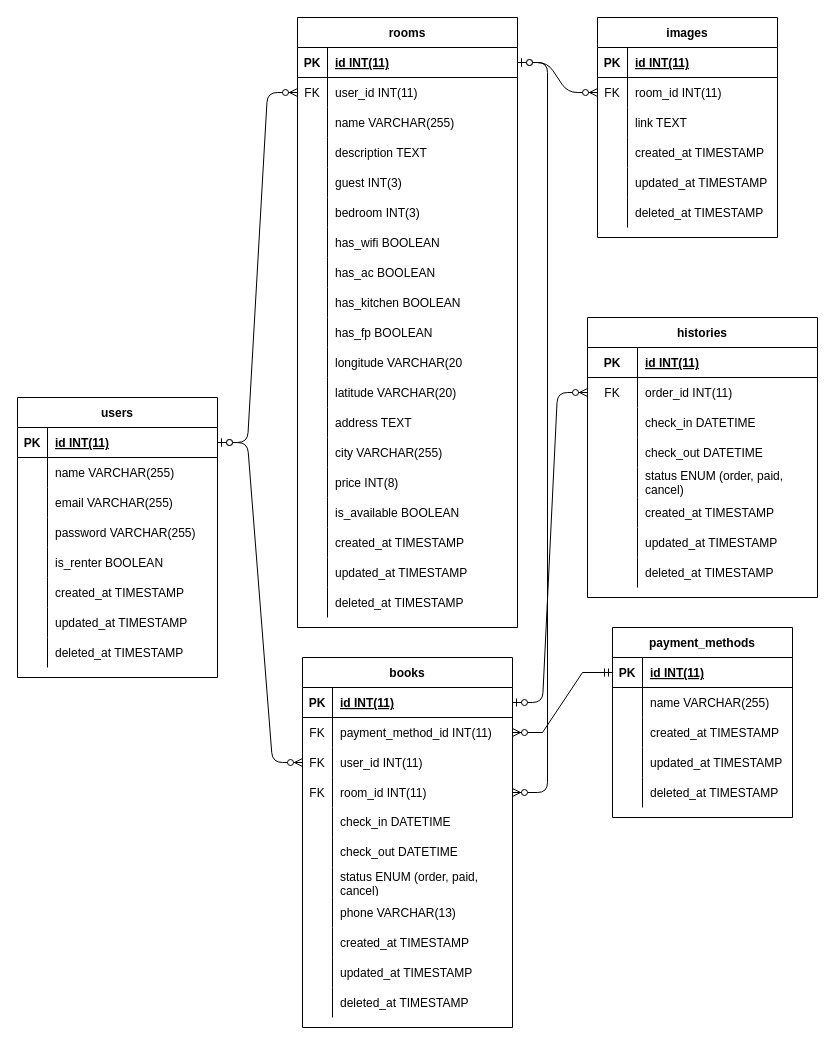
Before: ERD/erd.drawio in airbnb-group-2/BE, a draw.io diagram. Source tidied: cells renumbered, new cells numbered last; positions are measured from the earlier drawing's top-left corner, leaving out a move shared by most shapes. Both pictures are drawn from the tidied source at 100%, with x=0, y=0 at pixel (17, 17).
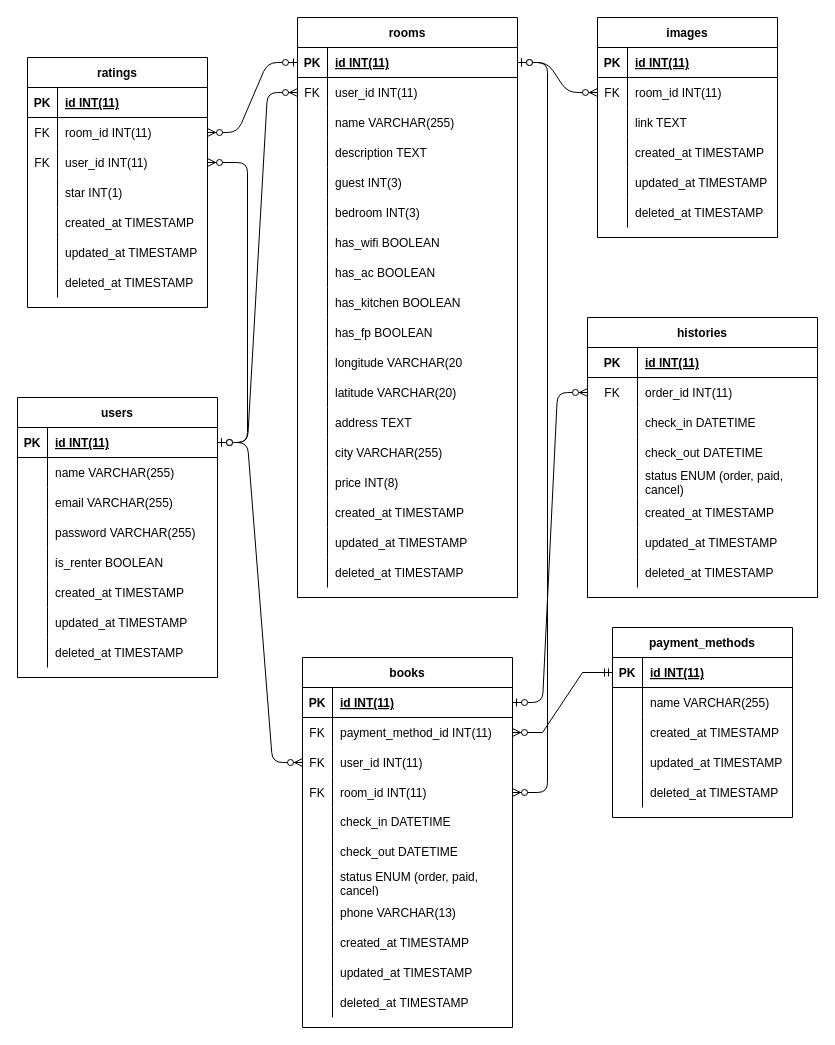
Above is the later version.

Commit message:
add rating table

The change refers to these unchanged cells:
```xml
<mxCell id="3" style="shape=tableRow;horizontal=0;startSize=0;swimlaneHead=0;swimlaneBody=0;fillColor=none;points=[[0,0.5],[1,0.5]];portConstraint=eastwest;top=0;left=0;right=0;bottom=1;" parent="2" vertex="1">
  <mxGeometry y="30" width="200" height="30" as="geometry" />
</mxCell>
<mxCell id="28" style="shape=tableRow;horizontal=0;startSize=0;swimlaneHead=0;swimlaneBody=0;fillColor=none;points=[[0,0.5],[1,0.5]];portConstraint=eastwest;top=0;left=0;right=0;bottom=1;" parent="27" vertex="1">
  <mxGeometry y="30" width="220" height="30" as="geometry" />
</mxCell>
```

Change to the diagram source:
```diff
@@
     <mxCell id="27" value="rooms" style="shape=table;startSize=30;childLayout=tableLayout;rowLines=0;fontStyle=1;align=center;" parent="1" vertex="1">
-      <mxGeometry x="280" width="220" height="610" as="geometry" />
+      <mxGeometry x="280" width="220" height="580" as="geometry" />
     </mxCell>
@@
-    <mxCell id="73" style="shape=tableRow;horizontal=0;startSize=0;swimlaneHead=0;swimlaneBody=0;fillColor=none;top=0;left=0;right=0;bottom=0;" parent="27" vertex="1">
-      <mxGeometry y="480" width="220" height="30" as="geometry" />
-    </mxCell>
-    <mxCell id="74" style="shape=partialRectangle;fillColor=none;top=0;left=0;bottom=0;right=0;overflow=hidden;" parent="73" vertex="1">
-      <mxGeometry width="30" height="30" as="geometry" />
-    </mxCell>
-    <mxCell id="75" value="is_available BOOLEAN" style="shape=partialRectangle;fillColor=none;top=0;left=0;bottom=0;right=0;align=left;spacingLeft=6;overflow=hidden;" parent="73" vertex="1">
-      <mxGeometry x="30" width="190" height="30" as="geometry" />
-    </mxCell>
     <mxCell id="76" style="shape=tableRow;horizontal=0;startSize=0;swimlaneHead=0;swimlaneBody=0;fillColor=none;top=0;left=0;right=0;bottom=0;" parent="27" vertex="1">
-      <mxGeometry y="510" width="220" height="30" as="geometry" />
+      <mxGeometry y="480" width="220" height="30" as="geometry" />
     </mxCell>
@@
     <mxCell id="79" style="shape=tableRow;horizontal=0;startSize=0;swimlaneHead=0;swimlaneBody=0;fillColor=none;top=0;left=0;right=0;bottom=0;" parent="27" vertex="1">
-      <mxGeometry y="540" width="220" height="30" as="geometry" />
+      <mxGeometry y="510" width="220" height="30" as="geometry" />
     </mxCell>
@@
     <mxCell id="82" style="shape=tableRow;horizontal=0;startSize=0;swimlaneHead=0;swimlaneBody=0;fillColor=none;top=0;left=0;right=0;bottom=0;" parent="27" vertex="1">
-      <mxGeometry y="570" width="220" height="30" as="geometry" />
+      <mxGeometry y="540" width="220" height="30" as="geometry" />
     </mxCell>
@@
+    <mxCell id="185" value="ratings" style="shape=table;startSize=30;childLayout=tableLayout;rowLines=0;fontStyle=1;align=center;" parent="1" vertex="1">
+      <mxGeometry x="10" y="40" width="180" height="250" as="geometry" />
+    </mxCell>
+    <mxCell id="186" style="shape=tableRow;horizontal=0;startSize=0;swimlaneHead=0;swimlaneBody=0;fillColor=none;top=0;left=0;right=0;bottom=1;" parent="185" vertex="1">
+      <mxGeometry y="30" width="180" height="30" as="geometry" />
+    </mxCell>
+    <mxCell id="187" value="PK" style="shape=partialRectangle;fillColor=none;top=0;left=0;bottom=0;right=0;fontStyle=1;overflow=hidden;" parent="186" vertex="1">
+      <mxGeometry width="30" height="30" as="geometry" />
+    </mxCell>
+    <mxCell id="188" value="id INT(11)" style="shape=partialRectangle;fillColor=none;top=0;left=0;bottom=0;right=0;align=left;spacingLeft=6;fontStyle=5;overflow=hidden;" parent="186" vertex="1">
+      <mxGeometry x="30" width="150" height="30" as="geometry" />
+    </mxCell>
+    <mxCell id="189" style="shape=tableRow;horizontal=0;startSize=0;swimlaneHead=0;swimlaneBody=0;fillColor=none;points=[[0,0.5],[1,0.5]];portConstraint=eastwest;top=0;left=0;right=0;bottom=0;" parent="185" vertex="1">
+      <mxGeometry y="60" width="180" height="30" as="geometry" />
+    </mxCell>
+    <mxCell id="190" value="FK" style="shape=partialRectangle;fillColor=none;top=0;left=0;bottom=0;right=0;overflow=hidden;" parent="189" vertex="1">
+      <mxGeometry width="30" height="30" as="geometry" />
+    </mxCell>
+    <mxCell id="191" value="room_id INT(11)" style="shape=partialRectangle;fillColor=none;top=0;left=0;bottom=0;right=0;align=left;spacingLeft=6;overflow=hidden;" parent="189" vertex="1">
+      <mxGeometry x="30" width="150" height="30" as="geometry" />
+    </mxCell>
+    <mxCell id="192" style="shape=tableRow;horizontal=0;startSize=0;swimlaneHead=0;swimlaneBody=0;fillColor=none;points=[[0,0.5],[1,0.5]];portConstraint=eastwest;top=0;left=0;right=0;bottom=0;" parent="185" vertex="1">
+      <mxGeometry y="90" width="180" height="30" as="geometry" />
+    </mxCell>
+    <mxCell id="193" value="FK" style="shape=partialRectangle;fillColor=none;top=0;left=0;bottom=0;right=0;overflow=hidden;" parent="192" vertex="1">
+      <mxGeometry width="30" height="30" as="geometry" />
+    </mxCell>
+    <mxCell id="194" value="user_id INT(11)" style="shape=partialRectangle;fillColor=none;top=0;left=0;bottom=0;right=0;align=left;spacingLeft=6;overflow=hidden;" parent="192" vertex="1">
+      <mxGeometry x="30" width="150" height="30" as="geometry" />
+    </mxCell>
+    <mxCell id="195" style="shape=tableRow;horizontal=0;startSize=0;swimlaneHead=0;swimlaneBody=0;fillColor=none;top=0;left=0;right=0;bottom=0;" parent="185" vertex="1">
+      <mxGeometry y="120" width="180" height="30" as="geometry" />
+    </mxCell>
+    <mxCell id="196" style="shape=partialRectangle;fillColor=none;top=0;left=0;bottom=0;right=0;overflow=hidden;" parent="195" vertex="1">
+      <mxGeometry width="30" height="30" as="geometry" />
+    </mxCell>
+    <mxCell id="197" value="star INT(1)" style="shape=partialRectangle;fillColor=none;top=0;left=0;bottom=0;right=0;align=left;spacingLeft=6;overflow=hidden;" parent="195" vertex="1">
+      <mxGeometry x="30" width="150" height="30" as="geometry" />
+    </mxCell>
+    <mxCell id="198" style="shape=tableRow;horizontal=0;startSize=0;swimlaneHead=0;swimlaneBody=0;fillColor=none;top=0;left=0;right=0;bottom=0;" parent="185" vertex="1">
+      <mxGeometry y="150" width="180" height="30" as="geometry" />
+    </mxCell>
+    <mxCell id="199" style="shape=partialRectangle;fillColor=none;top=0;left=0;bottom=0;right=0;overflow=hidden;" parent="198" vertex="1">
+      <mxGeometry width="30" height="30" as="geometry" />
+    </mxCell>
+    <mxCell id="200" value="created_at TIMESTAMP" style="shape=partialRectangle;fillColor=none;top=0;left=0;bottom=0;right=0;align=left;spacingLeft=6;overflow=hidden;" parent="198" vertex="1">
+      <mxGeometry x="30" width="150" height="30" as="geometry" />
+    </mxCell>
+    <mxCell id="201" style="shape=tableRow;horizontal=0;startSize=0;swimlaneHead=0;swimlaneBody=0;fillColor=none;top=0;left=0;right=0;bottom=0;" parent="185" vertex="1">
+      <mxGeometry y="180" width="180" height="30" as="geometry" />
+    </mxCell>
+    <mxCell id="202" style="shape=partialRectangle;fillColor=none;top=0;left=0;bottom=0;right=0;overflow=hidden;" parent="201" vertex="1">
+      <mxGeometry width="30" height="30" as="geometry" />
+    </mxCell>
+    <mxCell id="203" value="updated_at TIMESTAMP" style="shape=partialRectangle;fillColor=none;top=0;left=0;bottom=0;right=0;align=left;spacingLeft=6;overflow=hidden;" parent="201" vertex="1">
+      <mxGeometry x="30" width="150" height="30" as="geometry" />
+    </mxCell>
+    <mxCell id="204" style="shape=tableRow;horizontal=0;startSize=0;swimlaneHead=0;swimlaneBody=0;fillColor=none;top=0;left=0;right=0;bottom=0;" parent="185" vertex="1">
+      <mxGeometry y="210" width="180" height="30" as="geometry" />
+    </mxCell>
+    <mxCell id="205" style="shape=partialRectangle;fillColor=none;top=0;left=0;bottom=0;right=0;overflow=hidden;" parent="204" vertex="1">
+      <mxGeometry width="30" height="30" as="geometry" />
+    </mxCell>
+    <mxCell id="206" value="deleted_at TIMESTAMP" style="shape=partialRectangle;fillColor=none;top=0;left=0;bottom=0;right=0;align=left;spacingLeft=6;overflow=hidden;" parent="204" vertex="1">
+      <mxGeometry x="30" width="150" height="30" as="geometry" />
+    </mxCell>
+    <mxCell id="207" style="edgeStyle=entityRelationEdgeStyle;fontSize=12;html=1;endArrow=ERzeroToMany;startArrow=ERzeroToOne;entryX=1;entryY=0.5;entryDx=0;entryDy=0;" parent="1" edge="1" source="3" target="192">
+      <mxGeometry relative="1" as="geometry" />
+    </mxCell>
+    <mxCell id="208" style="edgeStyle=entityRelationEdgeStyle;fontSize=12;html=1;endArrow=ERzeroToMany;startArrow=ERzeroToOne;exitX=0;exitY=0.5;exitDx=0;exitDy=0;entryX=1;entryY=0.5;entryDx=0;entryDy=0;" parent="1" edge="1" source="28" target="189">
+      <mxGeometry relative="1" as="geometry" />
+    </mxCell>
```
